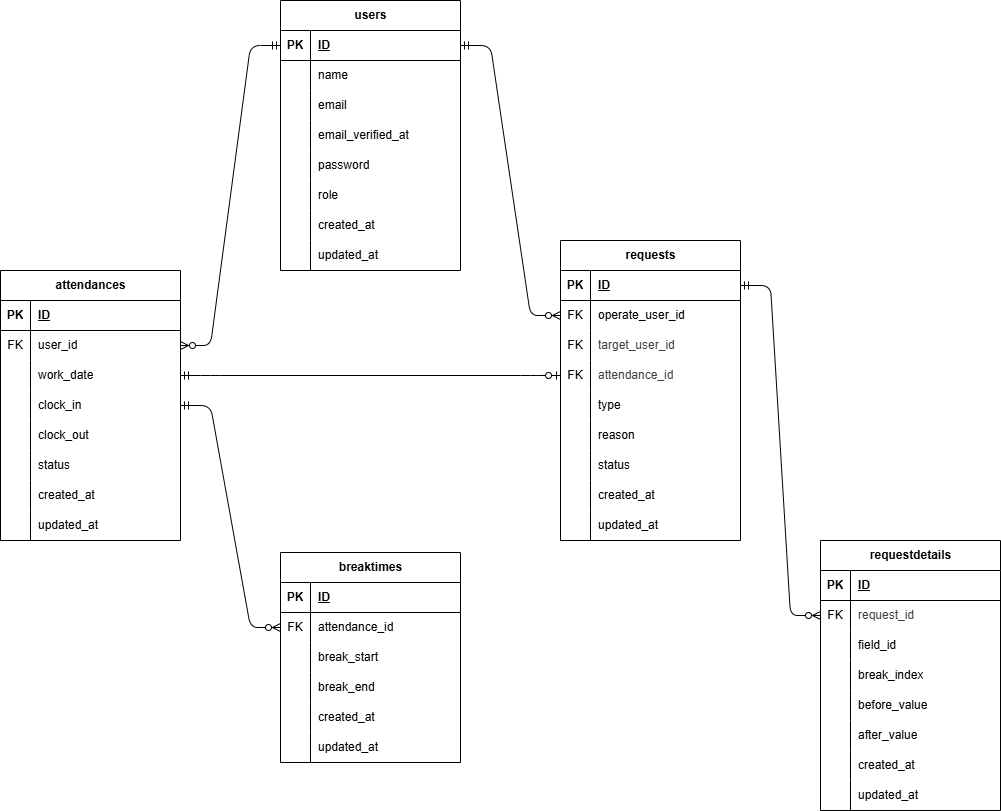
sazenshinji/shigeno-sp2a-kintai keeps this draw.io diagram as ER.drawio.png. Above is the earlier version. Source tidied: cells renumbered, new cells last; positions are measured from the earlier drawing's top-left corner, leaving out a move shared by most shapes.
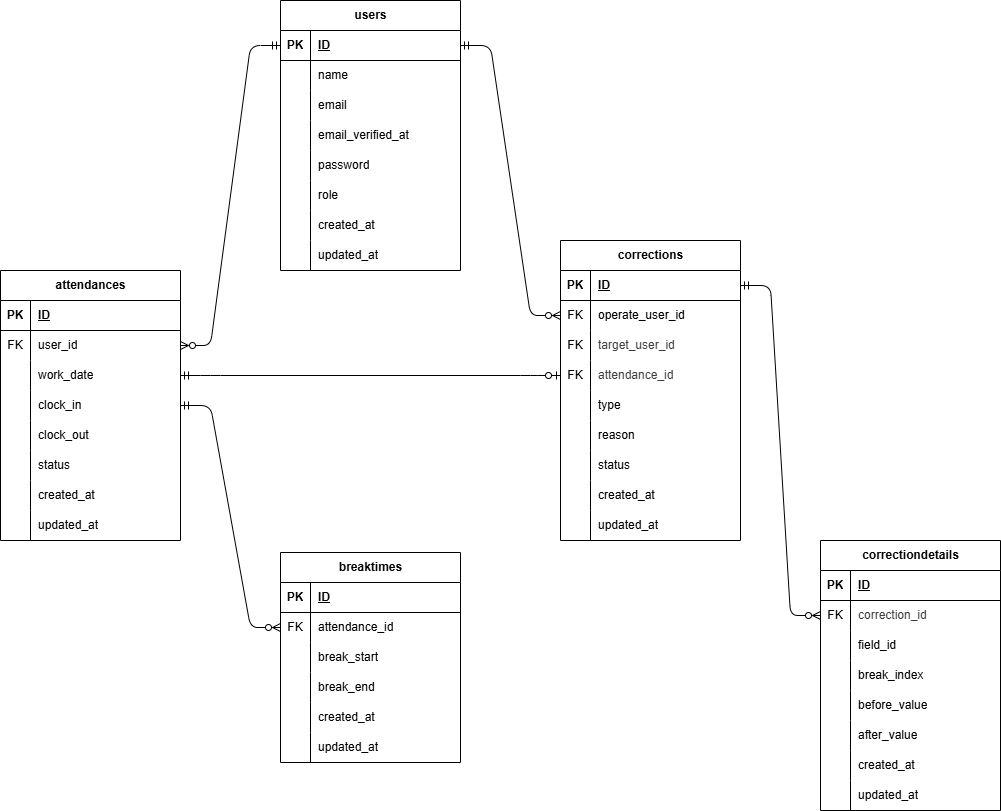
Later version of the same file.

Change to the diagram source:
```diff
@@ -212,7 +212,7 @@
     <mxCell id="71" value="&lt;span style=&quot;color: rgb(0, 0, 0);&quot;&gt;updated_at&lt;/span&gt;" style="shape=partialRectangle;fillColor=none;top=0;left=0;bottom=0;right=0;align=left;spacingLeft=6;overflow=hidden;whiteSpace=wrap;html=1;" parent="69" vertex="1">
       <mxGeometry x="30" width="150" height="30" as="geometry" />
     </mxCell>
-    <mxCell id="72" value="requests" style="shape=table;startSize=30;rowLines=0;fontStyle=1;align=center;html=1;" parent="1" vertex="1">
+    <mxCell id="72" value="corrections" style="shape=table;startSize=30;rowLines=0;fontStyle=1;align=center;html=1;" parent="1" vertex="1">
       <mxGeometry x="560" y="240" width="180" height="300" as="geometry" />
     </mxCell>
     <mxCell id="73" style="shape=tableRow;horizontal=0;startSize=0;swimlaneHead=0;swimlaneBody=0;fillColor=none;points=[[0,0.5],[1,0.5]];portConstraint=eastwest;top=0;left=0;right=0;bottom=1;" parent="72" vertex="1">
@@ -296,7 +296,7 @@
     <mxCell id="99" value="&lt;span style=&quot;color: rgb(0, 0, 0);&quot;&gt;updated_at&lt;/span&gt;" style="shape=partialRectangle;fillColor=none;top=0;left=0;bottom=0;right=0;align=left;spacingLeft=6;overflow=hidden;whiteSpace=wrap;html=1;" parent="97" vertex="1">
       <mxGeometry x="30" width="150" height="30" as="geometry" />
     </mxCell>
-    <mxCell id="100" value="requestdetails" style="shape=table;startSize=30;rowLines=0;fontStyle=1;align=center;html=1;" parent="1" vertex="1">
+    <mxCell id="100" value="correctiondetails" style="shape=table;startSize=30;rowLines=0;fontStyle=1;align=center;html=1;" parent="1" vertex="1">
       <mxGeometry x="820" y="540" width="180" height="270" as="geometry" />
     </mxCell>
     <mxCell id="101" style="shape=tableRow;horizontal=0;startSize=0;swimlaneHead=0;swimlaneBody=0;fillColor=none;top=0;left=0;right=0;bottom=1;" parent="100" vertex="1">
@@ -314,7 +314,7 @@
     <mxCell id="105" value="FK" style="shape=partialRectangle;fillColor=none;top=0;left=0;bottom=0;right=0;overflow=hidden;whiteSpace=wrap;html=1;" parent="104" vertex="1">
       <mxGeometry width="30" height="30" as="geometry" />
     </mxCell>
-    <mxCell id="106" value="&lt;span style=&quot;color: rgb(63, 63, 63);&quot;&gt;request_id&lt;/span&gt;" style="shape=partialRectangle;fillColor=none;top=0;left=0;bottom=0;right=0;align=left;spacingLeft=6;overflow=hidden;whiteSpace=wrap;html=1;" parent="104" vertex="1">
+    <mxCell id="106" value="&lt;span style=&quot;color: rgb(63, 63, 63);&quot;&gt;correction_id&lt;/span&gt;" style="shape=partialRectangle;fillColor=none;top=0;left=0;bottom=0;right=0;align=left;spacingLeft=6;overflow=hidden;whiteSpace=wrap;html=1;" parent="104" vertex="1">
       <mxGeometry x="30" width="150" height="30" as="geometry" />
     </mxCell>
     <mxCell id="107" style="shape=tableRow;horizontal=0;startSize=0;swimlaneHead=0;swimlaneBody=0;fillColor=none;top=0;left=0;right=0;bottom=0;" parent="100" vertex="1">
```
